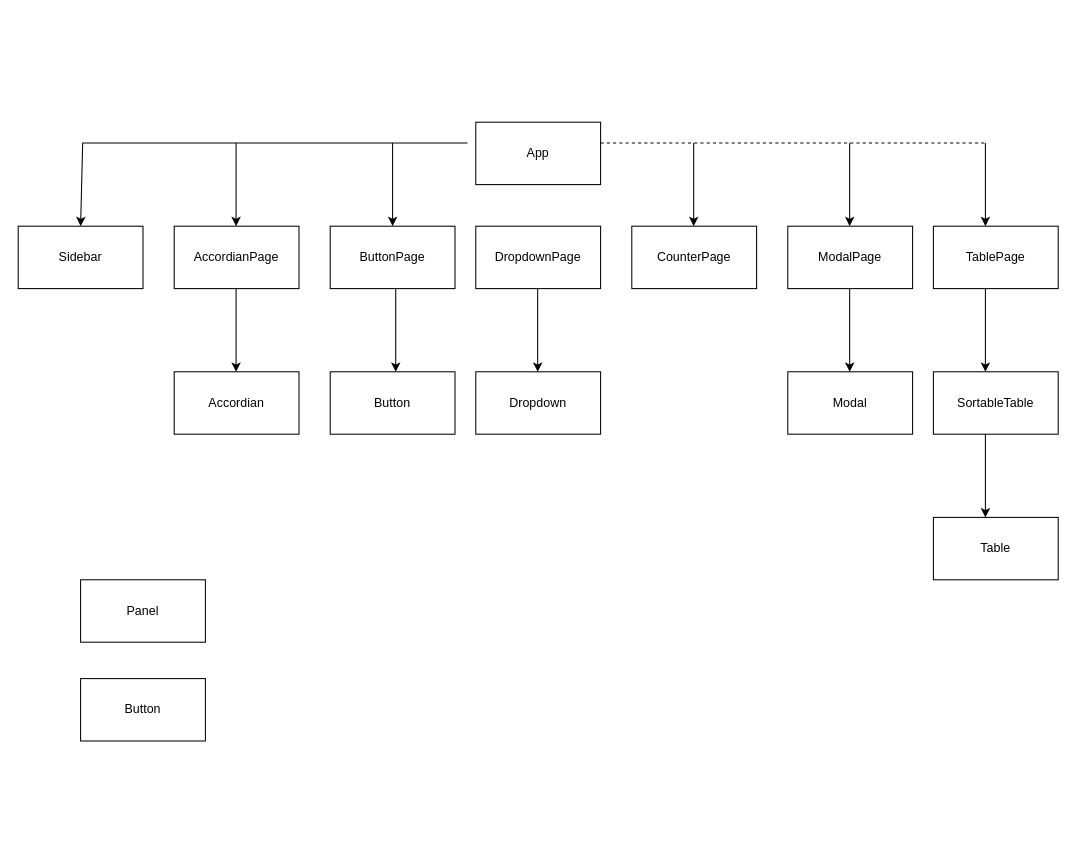
This is src/React Components.drawio from neilcomber/react-components, a draw.io file, before an edit. Source tidied: cells renumbered, new cells numbered last; positions are measured from the earlier drawing's top-left corner, leaving out a move shared by most shapes. Both pictures are drawn from the tidied source at 104%, with x=0, y=0 at pixel (18, 122).
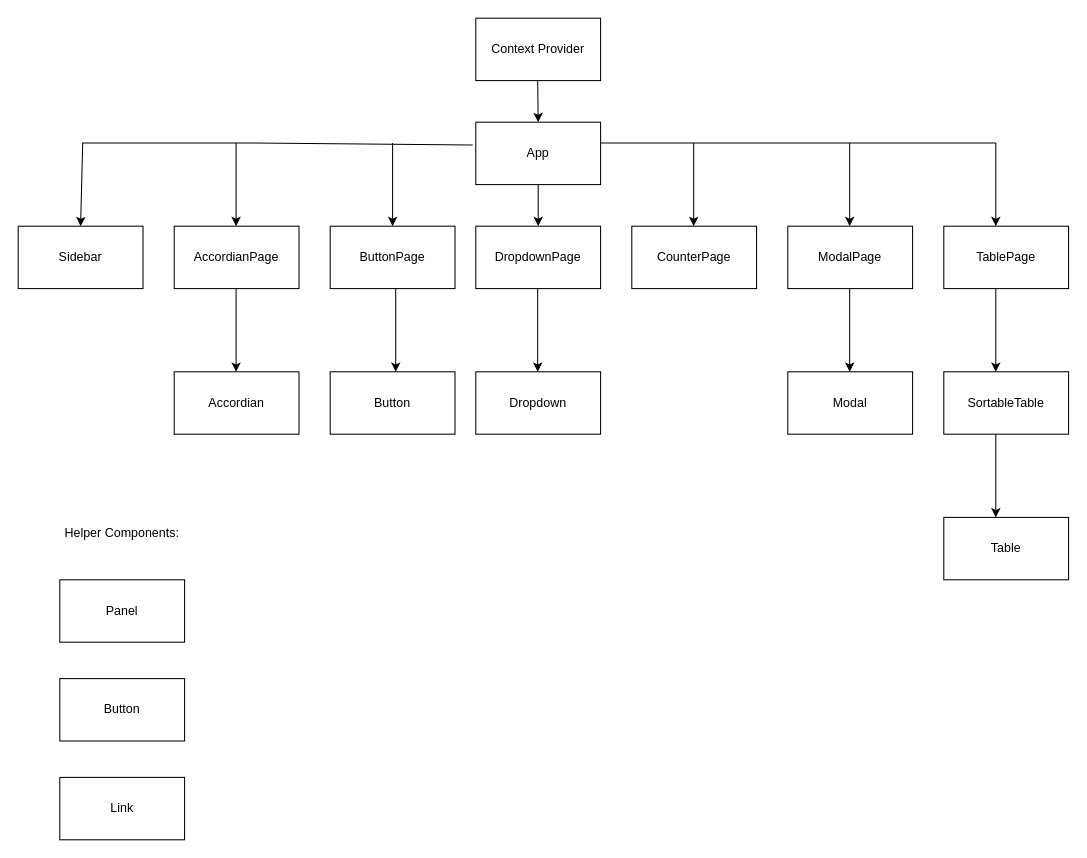
The same diagram, later.

The change refers to these unchanged cells:
```xml
<mxCell id="2" value="App" style="rounded=0;whiteSpace=wrap;html=1;" parent="1" vertex="1">
  <mxGeometry x="440" width="120" height="60" as="geometry" />
</mxCell>
<mxCell id="6" value="DropdownPage" style="rounded=0;whiteSpace=wrap;html=1;" parent="1" vertex="1">
  <mxGeometry x="440" y="100" width="120" height="60" as="geometry" />
</mxCell>
```

The edit, as a diff of the source:
```diff
@@
     <mxCell id="9" value="TablePage" style="rounded=0;whiteSpace=wrap;html=1;" parent="1" vertex="1">
-      <mxGeometry x="880" y="100" width="120" height="60" as="geometry" />
+      <mxGeometry x="890" y="100" width="120" height="60" as="geometry" />
     </mxCell>
@@
     <mxCell id="14" value="Table" style="rounded=0;whiteSpace=wrap;html=1;" parent="1" vertex="1">
-      <mxGeometry x="880" y="380" width="120" height="60" as="geometry" />
+      <mxGeometry x="890" y="380" width="120" height="60" as="geometry" />
     </mxCell>
     <mxCell id="15" value="SortableTable" style="rounded=0;whiteSpace=wrap;html=1;" parent="1" vertex="1">
-      <mxGeometry x="880" y="240" width="120" height="60" as="geometry" />
+      <mxGeometry x="890" y="240" width="120" height="60" as="geometry" />
     </mxCell>
     <mxCell id="16" value="Panel" style="rounded=0;whiteSpace=wrap;html=1;" parent="1" vertex="1">
-      <mxGeometry x="60" y="440" width="120" height="60" as="geometry" />
+      <mxGeometry x="40" y="440" width="120" height="60" as="geometry" />
     </mxCell>
-    <mxCell id="17" style="endArrow=classic;html=1;rounded=0;exitX=0;exitY=0.25;exitDx=0;exitDy=0;entryX=0.567;entryY=-0.083;entryDx=0;entryDy=0;entryPerimeter=0;" parent="1" edge="1">
+    <mxCell id="17" style="endArrow=classic;html=1;rounded=0;exitX=-0.025;exitY=0.367;exitDx=0;exitDy=0;entryX=0.567;entryY=-0.083;entryDx=0;entryDy=0;entryPerimeter=0;exitPerimeter=0;" parent="1" edge="1" source="2">
       <mxGeometry relative="1" as="geometry">
-        <mxPoint x="432" y="20" as="sourcePoint" />
         <mxPoint x="60" y="100" as="targetPoint" />
         <Array as="points">
           <mxPoint x="222" y="20" />
           <mxPoint x="62" y="20" />
         </Array>
       </mxGeometry>
     </mxCell>
@@
     <mxCell id="22" style="endArrow=classic;html=1;rounded=0;entryX=0.5;entryY=0;entryDx=0;entryDy=0;" parent="1" edge="1">
       <mxGeometry relative="1" as="geometry">
-        <mxPoint x="930" y="20" as="sourcePoint" />
-        <mxPoint x="930" y="100" as="targetPoint" />
+        <mxPoint x="940" y="20" as="sourcePoint" />
+        <mxPoint x="940" y="100" as="targetPoint" />
       </mxGeometry>
     </mxCell>
-    <mxCell id="23" style="endArrow=none;dashed=1;html=1;rounded=0;" parent="1" edge="1">
-      <mxGeometry relative="1" as="geometry">
-        <mxPoint x="560" y="20" as="sourcePoint" />
-        <mxPoint x="930" y="20" as="targetPoint" />
-      </mxGeometry>
-    </mxCell>
@@
-    <mxCell id="26" style="endArrow=classic;html=1;rounded=0;entryX=0.5;entryY=0;entryDx=0;entryDy=0;" parent="1" edge="1">
+    <mxCell id="26" style="endArrow=classic;html=1;rounded=0;" parent="1" edge="1">
       <mxGeometry relative="1" as="geometry">
-        <mxPoint x="499.5" y="160" as="sourcePoint" />
-        <mxPoint x="499.5" y="240" as="targetPoint" />
+        <mxPoint x="499.5" y="-40" as="sourcePoint" />
+        <mxPoint x="500" as="targetPoint" />
       </mxGeometry>
     </mxCell>
@@
     <mxCell id="28" style="endArrow=classic;html=1;rounded=0;entryX=0.5;entryY=0;entryDx=0;entryDy=0;" parent="1" edge="1">
       <mxGeometry relative="1" as="geometry">
-        <mxPoint x="930" y="160" as="sourcePoint" />
-        <mxPoint x="930" y="240" as="targetPoint" />
+        <mxPoint x="940" y="160" as="sourcePoint" />
+        <mxPoint x="940" y="240" as="targetPoint" />
       </mxGeometry>
     </mxCell>
     <mxCell id="29" style="endArrow=classic;html=1;rounded=0;entryX=0.5;entryY=0;entryDx=0;entryDy=0;" parent="1" edge="1">
       <mxGeometry relative="1" as="geometry">
-        <mxPoint x="930" y="300" as="sourcePoint" />
-        <mxPoint x="930" y="380" as="targetPoint" />
+        <mxPoint x="940" y="300" as="sourcePoint" />
+        <mxPoint x="940" y="380" as="targetPoint" />
       </mxGeometry>
     </mxCell>
     <mxCell id="30" value="Button" style="rounded=0;whiteSpace=wrap;html=1;" parent="1" vertex="1">
-      <mxGeometry x="60" y="535" width="120" height="60" as="geometry" />
+      <mxGeometry x="40" y="535" width="120" height="60" as="geometry" />
     </mxCell>
+    <mxCell id="31" value="Helper Components:" style="text;html=1;strokeColor=none;fillColor=none;align=center;verticalAlign=middle;whiteSpace=wrap;rounded=0;" parent="1" vertex="1">
+      <mxGeometry x="25" y="370" width="150" height="50" as="geometry" />
+    </mxCell>
+    <mxCell id="32" value="Link" style="rounded=0;whiteSpace=wrap;html=1;" parent="1" vertex="1">
+      <mxGeometry x="40" y="630" width="120" height="60" as="geometry" />
+    </mxCell>
+    <mxCell id="33" value="Context Provider" style="rounded=0;whiteSpace=wrap;html=1;" parent="1" vertex="1">
+      <mxGeometry x="440" y="-100" width="120" height="60" as="geometry" />
+    </mxCell>
+    <mxCell id="34" style="endArrow=classic;html=1;rounded=0;entryX=0.5;entryY=0;entryDx=0;entryDy=0;" parent="1" edge="1">
+      <mxGeometry relative="1" as="geometry">
+        <mxPoint x="499.5" y="160" as="sourcePoint" />
+        <mxPoint x="499.5" y="240" as="targetPoint" />
+      </mxGeometry>
+    </mxCell>
+    <mxCell id="35" style="endArrow=classic;html=1;rounded=0;" parent="1" edge="1" target="6">
+      <mxGeometry relative="1" as="geometry">
+        <mxPoint x="500" y="60" as="sourcePoint" />
+      </mxGeometry>
+    </mxCell>
+    <mxCell id="36" style="endArrow=none;html=1;rounded=0;" parent="1" edge="1">
+      <mxGeometry relative="1" as="geometry">
+        <mxPoint x="560" y="20" as="sourcePoint" />
+        <mxPoint x="940" y="20" as="targetPoint" />
+      </mxGeometry>
+    </mxCell>
```
